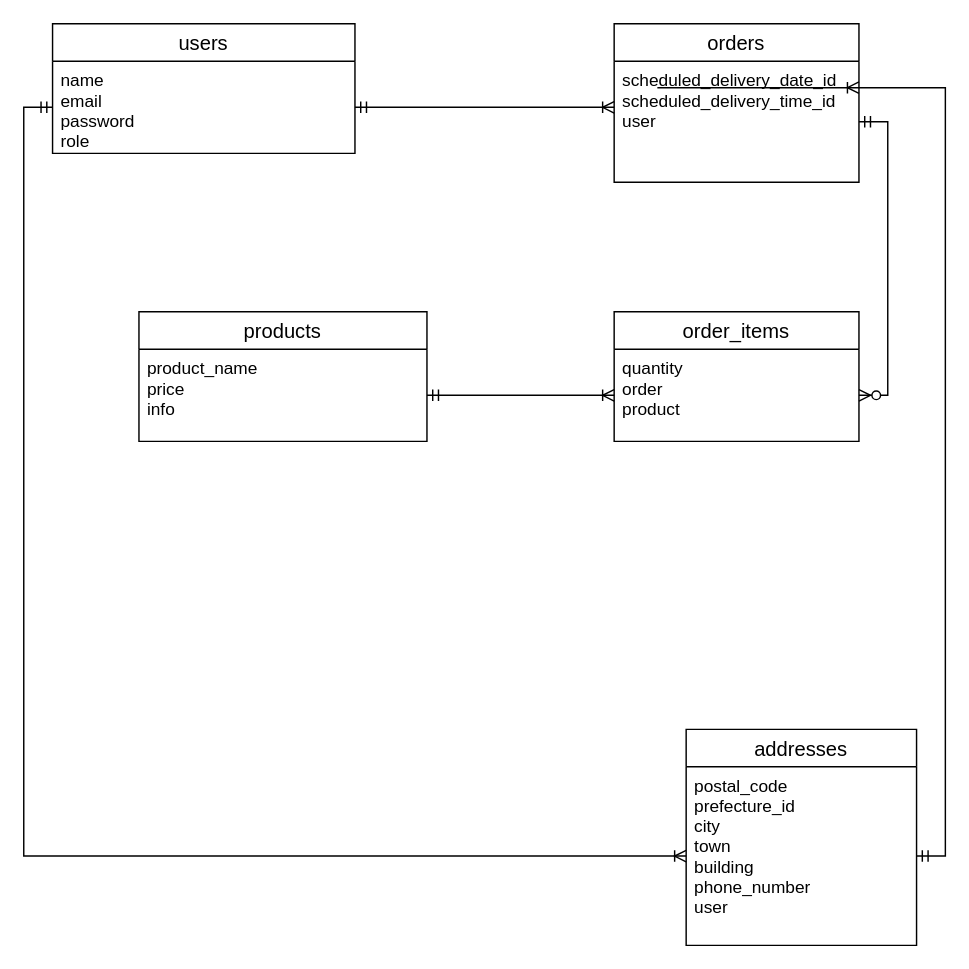
Above: test.dio in kodairafumikazu/tomoi_app (draw.io), before the change. Source tidied: cells renumbered, new cells numbered last; positions are measured from the earlier drawing's top-left corner, leaving out a move shared by most shapes. Both pictures are drawn from the tidied source at 144%, with x=0, y=0 at pixel (52, 23).
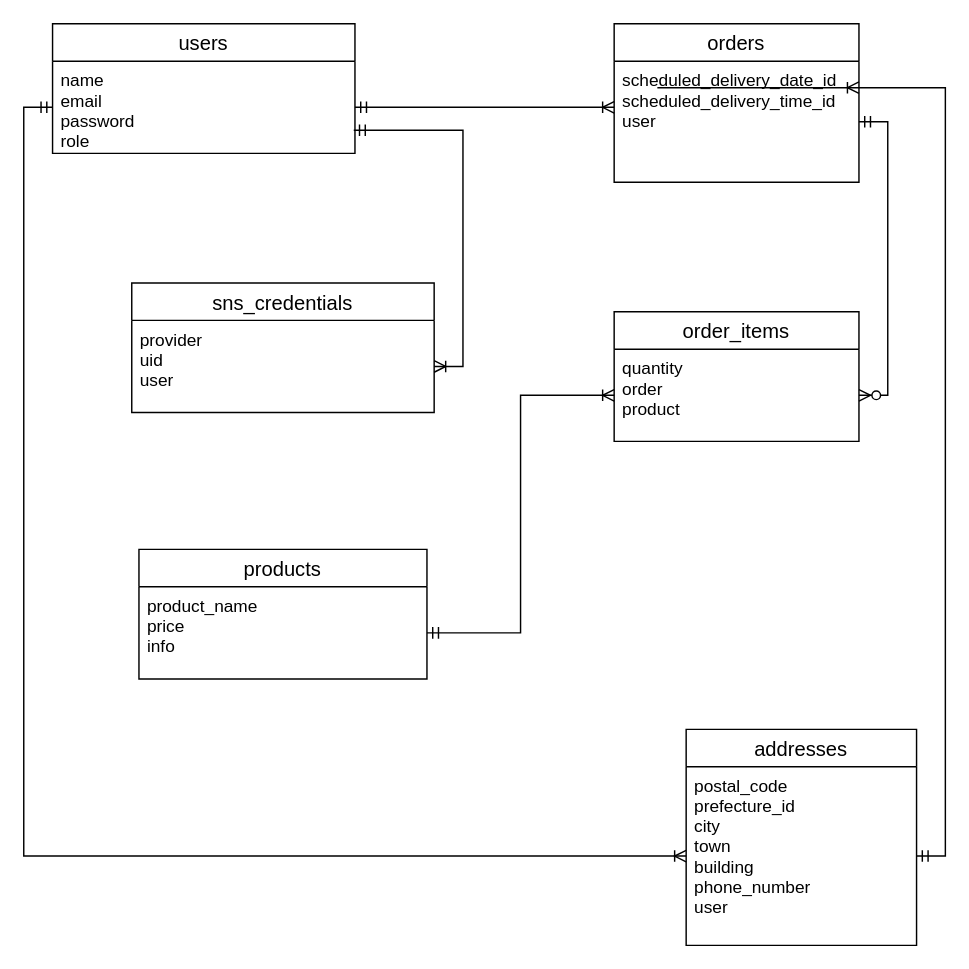
After the change.

Commit message (it also covers changes not shown here):
リードミーとER図修正(SNS)

The edit, as a diff of the source:
```diff
@@
 <mxGraphModel>
   <root>
     <mxCell id="0" />
     <mxCell id="1" parent="0" />
     <mxCell id="2" value="users" style="swimlane;fontStyle=0;horizontal=1;startSize=26;align=center;fontSize=14;" parent="1" vertex="1">
       <mxGeometry width="210" height="90" as="geometry" />
     </mxCell>
     <mxCell id="3" value="name&#10;email&#10;password&#10;role&#10;" style="text;strokeColor=none;fillColor=none;spacingLeft=4;spacingRight=4;overflow=hidden;points=[[0,0.5],[1,0.5]];portConstraint=eastwest;fontSize=12;" parent="2" vertex="1">
       <mxGeometry y="26" width="210" height="64" as="geometry" />
     </mxCell>
     <mxCell id="4" value="orders" style="swimlane;fontStyle=0;horizontal=1;startSize=26;align=center;fontSize=14;" parent="1" vertex="1">
       <mxGeometry x="390" width="170" height="110" as="geometry" />
     </mxCell>
     <mxCell id="5" value="scheduled_delivery_date_id&#10;scheduled_delivery_time_id&#10;user&#10;" style="text;strokeColor=none;fillColor=none;spacingLeft=4;spacingRight=4;overflow=hidden;points=[[0,0.5],[1,0.5]];portConstraint=eastwest;fontSize=12;" parent="4" vertex="1">
       <mxGeometry y="26" width="170" height="84" as="geometry" />
     </mxCell>
     <mxCell id="6" value="addresses" style="swimlane;fontStyle=0;horizontal=1;startSize=26;align=center;fontSize=14;" parent="1" vertex="1">
       <mxGeometry x="440" y="490" width="160" height="150" as="geometry" />
     </mxCell>
     <mxCell id="7" value="postal_code&#10;prefecture_id&#10;city&#10;town&#10;building&#10;phone_number&#10;user&#10;" style="text;strokeColor=none;fillColor=none;spacingLeft=4;spacingRight=4;overflow=hidden;points=[[0,0.5],[1,0.5]];portConstraint=eastwest;fontSize=12;" parent="6" vertex="1">
       <mxGeometry y="26" width="160" height="124" as="geometry" />
     </mxCell>
     <mxCell id="8" value="products" style="swimlane;fontStyle=0;horizontal=1;startSize=26;align=center;fontSize=14;" parent="1" vertex="1">
-      <mxGeometry x="60" y="200" width="200" height="90" as="geometry" />
+      <mxGeometry x="60" y="365" width="200" height="90" as="geometry" />
     </mxCell>
     <mxCell id="9" value="product_name&#10;price&#10;info&#10;" style="text;strokeColor=none;fillColor=none;spacingLeft=4;spacingRight=4;overflow=hidden;points=[[0,0.5],[1,0.5]];portConstraint=eastwest;fontSize=12;" parent="8" vertex="1">
       <mxGeometry y="26" width="200" height="64" as="geometry" />
     </mxCell>
     <mxCell id="10" value="order_items" style="swimlane;fontStyle=0;horizontal=1;startSize=26;align=center;fontSize=14;" parent="1" vertex="1">
       <mxGeometry x="390" y="200" width="170" height="90" as="geometry" />
     </mxCell>
     <mxCell id="11" value="quantity&#10;order&#10;product" style="text;strokeColor=none;fillColor=none;spacingLeft=4;spacingRight=4;overflow=hidden;points=[[0,0.5],[1,0.5]];portConstraint=eastwest;fontSize=12;" parent="10" vertex="1">
       <mxGeometry y="26" width="170" height="64" as="geometry" />
     </mxCell>
     <mxCell id="12" style="edgeStyle=orthogonalEdgeStyle;rounded=0;jettySize=auto;html=1;exitX=1;exitY=0.5;exitDx=0;exitDy=0;startArrow=ERmandOne;startFill=0;endArrow=ERzeroToMany;endFill=1;" parent="1" edge="1" source="5" target="11">
       <mxGeometry relative="1" as="geometry" />
     </mxCell>
     <mxCell id="13" style="edgeStyle=orthogonalEdgeStyle;rounded=0;jettySize=auto;html=1;exitX=1;exitY=0.5;exitDx=0;exitDy=0;entryX=1;entryY=0.219;entryDx=0;entryDy=0;entryPerimeter=0;startArrow=ERmandOne;startFill=0;endArrow=ERoneToMany;endFill=0;" parent="1" edge="1" source="7" target="5">
       <mxGeometry relative="1" as="geometry" />
     </mxCell>
     <mxCell id="14" style="edgeStyle=orthogonalEdgeStyle;rounded=0;jettySize=auto;html=1;exitX=1;exitY=0.5;exitDx=0;exitDy=0;entryX=0;entryY=0.5;entryDx=0;entryDy=0;startArrow=ERmandOne;startFill=0;endArrow=ERoneToMany;endFill=0;" parent="1" edge="1" source="9" target="11">
       <mxGeometry relative="1" as="geometry" />
     </mxCell>
     <mxCell id="15" style="edgeStyle=orthogonalEdgeStyle;rounded=0;jettySize=auto;html=1;exitX=1;exitY=0.5;exitDx=0;exitDy=0;entryX=0;entryY=0.381;entryDx=0;entryDy=0;entryPerimeter=0;startArrow=ERmandOne;startFill=0;endArrow=ERoneToMany;endFill=0;" parent="1" edge="1" source="3" target="5">
       <mxGeometry relative="1" as="geometry" />
     </mxCell>
     <mxCell id="16" style="edgeStyle=orthogonalEdgeStyle;rounded=0;jettySize=auto;html=1;exitX=0;exitY=0.5;exitDx=0;exitDy=0;entryX=0;entryY=0.5;entryDx=0;entryDy=0;startArrow=ERmandOne;startFill=0;endArrow=ERoneToMany;endFill=0;" parent="1" edge="1" source="3" target="7">
       <mxGeometry relative="1" as="geometry" />
     </mxCell>
+    <mxCell id="17" value="sns_credentials" style="swimlane;fontStyle=0;horizontal=1;startSize=26;align=center;fontSize=14;" parent="1" vertex="1">
+      <mxGeometry x="55" y="180" width="210" height="90" as="geometry" />
+    </mxCell>
+    <mxCell id="18" value="provider&#10;uid&#10;user" style="text;strokeColor=none;fillColor=none;spacingLeft=4;spacingRight=4;overflow=hidden;points=[[0,0.5],[1,0.5]];portConstraint=eastwest;fontSize=12;" parent="17" vertex="1">
+      <mxGeometry y="26" width="210" height="64" as="geometry" />
+    </mxCell>
+    <mxCell id="19" style="edgeStyle=orthogonalEdgeStyle;rounded=0;jettySize=auto;html=1;exitX=1;exitY=0.5;exitDx=0;exitDy=0;entryX=0.996;entryY=0.749;entryDx=0;entryDy=0;entryPerimeter=0;endArrow=ERmandOne;endFill=0;startArrow=ERoneToMany;startFill=0;" parent="1" edge="1" source="18" target="3">
+      <mxGeometry relative="1" as="geometry" />
+    </mxCell>
   </root>
 </mxGraphModel>
```
